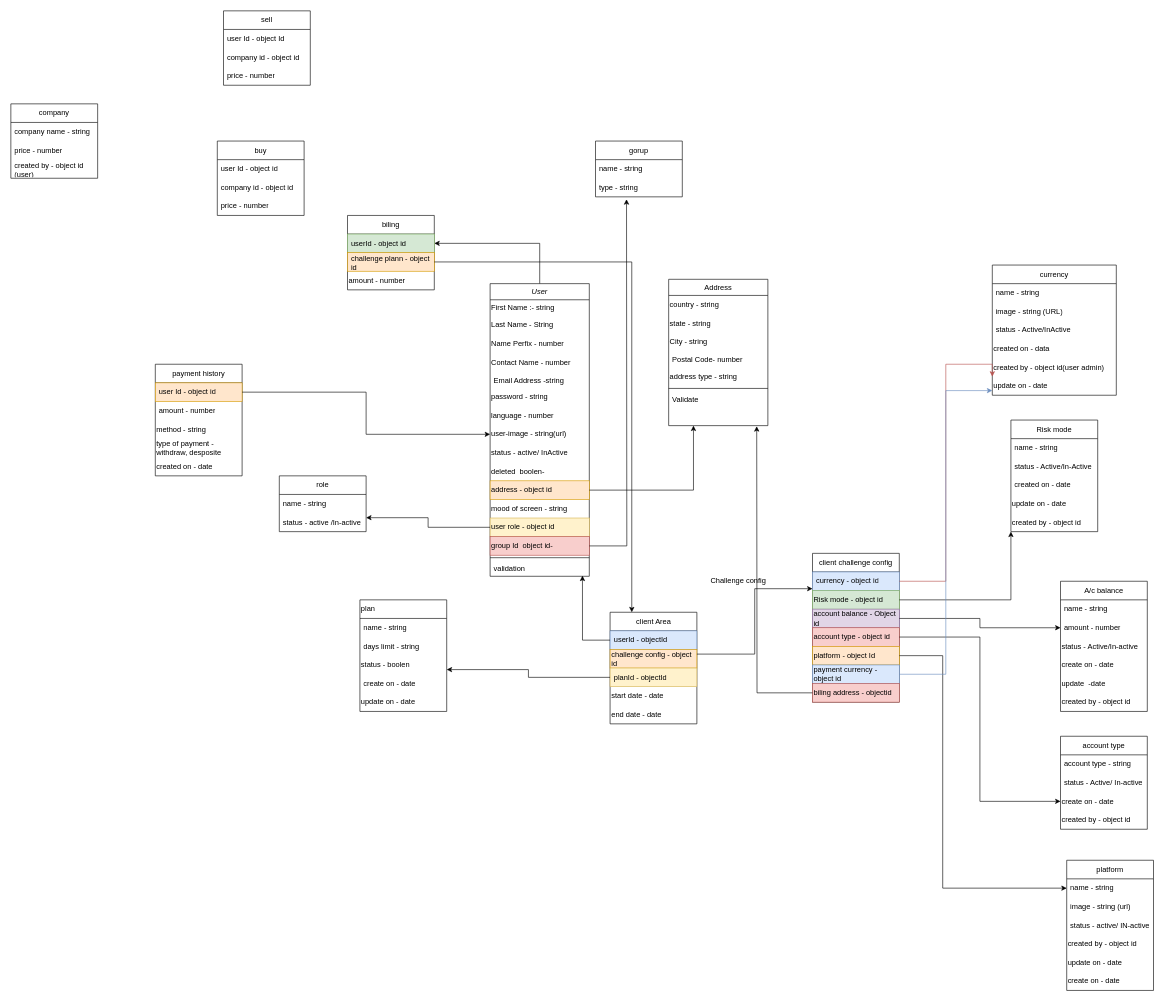
Above: Untitled Diagram.drawio in ankurram/testing1 (draw.io), before the change. Source tidied: cells renumbered, new cells numbered last; positions are measured from the earlier drawing's top-left corner, leaving out a move shared by most shapes. Both pictures are drawn from the tidied source at 62%, with x=0, y=0 at pixel (11, 11).
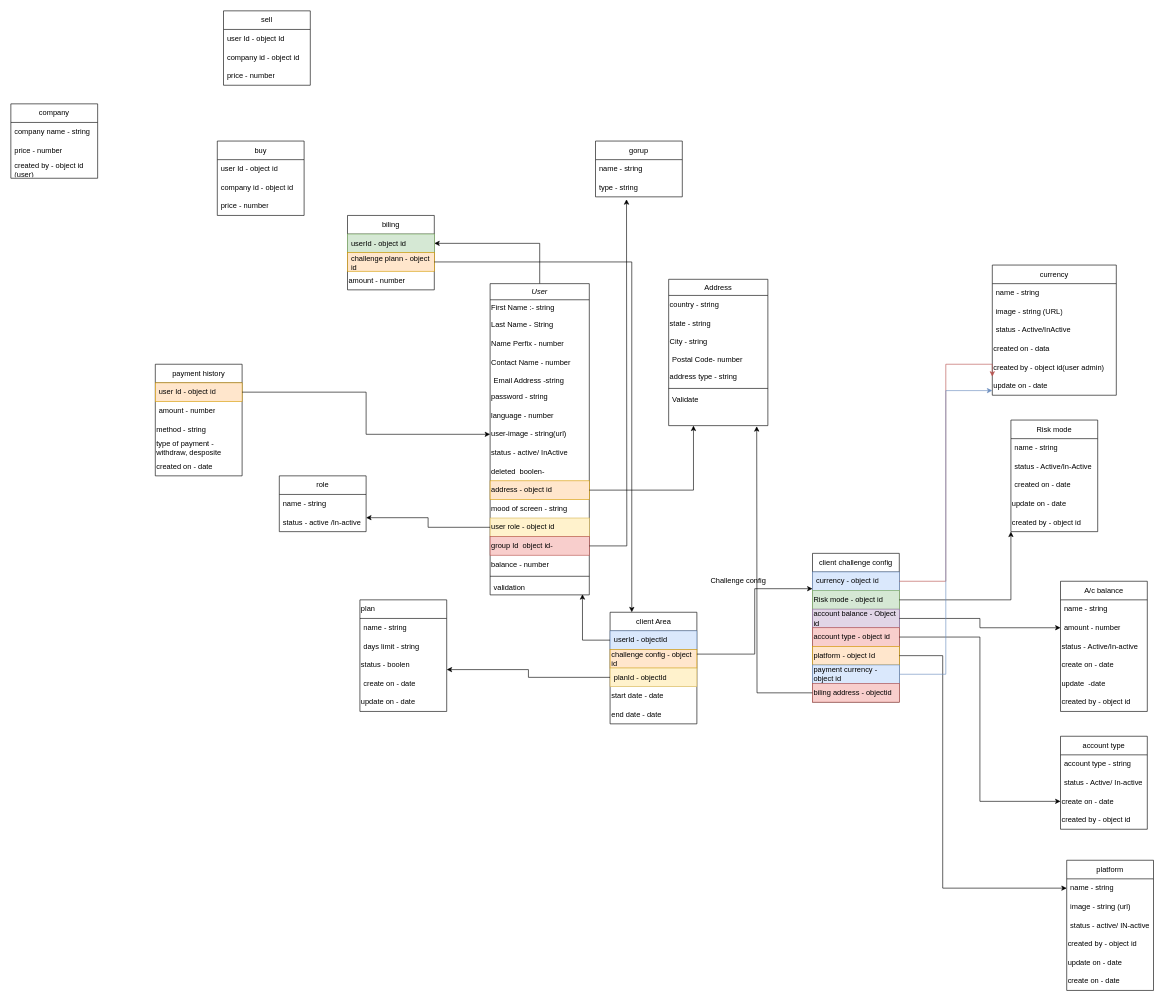
The same page after the edit.

Unchanged cells that the change refers to:
```xml
<mxCell id="42" value="payment currency - object id" style="text;html=1;strokeColor=#6c8ebf;fillColor=#dae8fc;align=left;verticalAlign=middle;whiteSpace=wrap;rounded=0;" parent="36" vertex="1">
  <mxGeometry y="180" width="140" height="30" as="geometry" />
</mxCell>
<mxCell id="62" value="update on - date" style="text;html=1;strokeColor=none;fillColor=none;align=left;verticalAlign=middle;whiteSpace=wrap;rounded=0;" parent="56" vertex="1">
  <mxGeometry y="180" width="200" height="30" as="geometry" />
</mxCell>
```

The edit, as a diff of the source:
```diff
@@
     <mxCell id="3" value="User" style="swimlane;fontStyle=2;align=center;verticalAlign=top;horizontal=1;startSize=26;rounded=0;shadow=0;strokeWidth=1;" parent="1" vertex="1">
-      <mxGeometry x="773" y="440" width="160" height="472" as="geometry" />
+      <mxGeometry x="773" y="440" width="160" height="502" as="geometry" />
     </mxCell>
@@
+    <mxCell id="124" value="balance - number" style="text;html=1;strokeColor=none;fillColor=none;align=left;verticalAlign=middle;whiteSpace=wrap;rounded=0;" parent="3" vertex="1">
+      <mxGeometry y="438" width="160" height="30" as="geometry" />
+    </mxCell>
     <mxCell id="18" style="line;html=1;strokeWidth=1;align=left;verticalAlign=middle;spacingTop=-1;spacingLeft=3;spacingRight=3;labelPosition=right;" parent="3" vertex="1">
-      <mxGeometry y="438" width="160" height="8" as="geometry" />
+      <mxGeometry y="468" width="160" height="8" as="geometry" />
     </mxCell>
     <mxCell id="19" value="validation " style="text;align=left;verticalAlign=top;spacingLeft=4;spacingRight=4;overflow=hidden;points=[[0,0.5],[1,0.5]];portConstraint=eastwest;" parent="3" vertex="1">
-      <mxGeometry y="446" width="160" height="26" as="geometry" />
+      <mxGeometry y="476" width="160" height="26" as="geometry" />
     </mxCell>
@@
-    <mxCell id="93" style="edgeStyle=orthogonalEdgeStyle;rounded=0;jettySize=auto;html=1;entryX=0;entryY=0.75;entryDx=0;entryDy=0;fillColor=#dae8fc;strokeColor=#6c8ebf;" parent="1" edge="1" source="42" target="62">
+    <mxCell id="93" style="edgeStyle=orthogonalEdgeStyle;rounded=0;jettySize=auto;html=1;entryX=0;entryY=0.75;entryDx=0;entryDy=0;fillColor=#dae8fc;strokeColor=#6c8ebf;labelBorderColor=none;fontSize=13;" parent="1" edge="1" source="42" target="62">
       <mxGeometry relative="1" as="geometry" />
     </mxCell>
```
